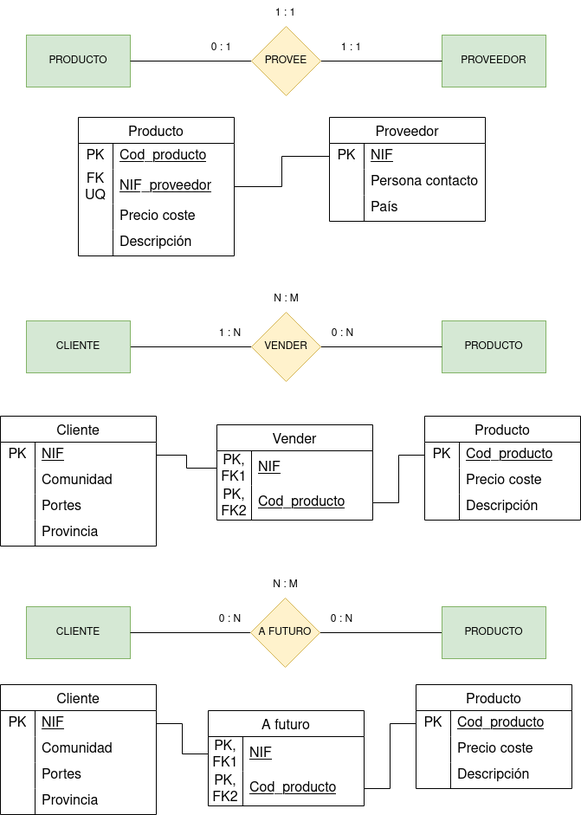
Before: Unidad-2/Modelo-MR/Entregables/entregable-1/images/entregable-1-MR.drawio.png, a diagram exported from draw.io (IsaiasTolP/Base-Datos). Source tidied: cells renumbered, new cells last; positions are measured from the earlier drawing's top-left corner, leaving out a move shared by most shapes.
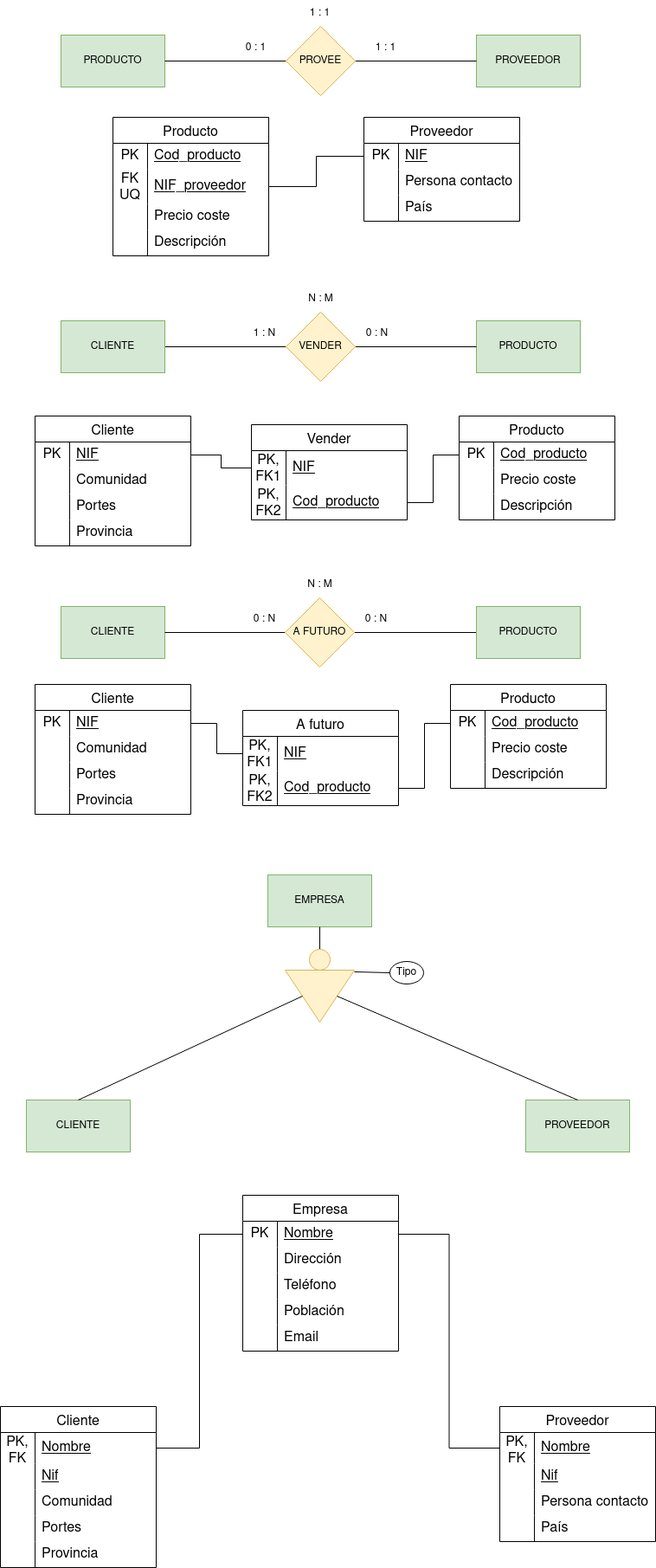
The same diagram one commit later.

What changed in the source:
```diff
@@ -338,5 +338,176 @@
     <mxCell id="113" style="edgeStyle=orthogonalEdgeStyle;rounded=0;jettySize=auto;html=1;exitX=0;exitY=0.5;exitDx=0;exitDy=0;entryX=1;entryY=0.5;entryDx=0;entryDy=0;endArrow=none;endFill=0;" parent="1" edge="1" source="95" target="109">
       <mxGeometry relative="1" as="geometry" />
     </mxCell>
+    <mxCell id="114" value="EMPRESA" style="rounded=0;whiteSpace=wrap;html=1;fillColor=#d5e8d4;strokeColor=#82b366;" parent="1" vertex="1">
+      <mxGeometry x="269" y="1010" width="120" height="60" as="geometry" />
+    </mxCell>
+    <mxCell id="115" style="triangle;whiteSpace=wrap;html=1;rotation=90;fillColor=#fff2cc;strokeColor=#d6b656;" parent="1" vertex="1">
+      <mxGeometry x="299" y="1110" width="60" height="80" as="geometry" />
+    </mxCell>
+    <mxCell id="116" style="edgeStyle=orthogonalEdgeStyle;rounded=0;jettySize=auto;html=1;exitX=0.5;exitY=0;exitDx=0;exitDy=0;entryX=0.5;entryY=1;entryDx=0;entryDy=0;endArrow=none;endFill=0;" parent="1" edge="1" source="117" target="114">
+      <mxGeometry relative="1" as="geometry" />
+    </mxCell>
+    <mxCell id="117" style="ellipse;whiteSpace=wrap;html=1;fillColor=#fff2cc;strokeColor=#d6b656;" parent="1" vertex="1">
+      <mxGeometry x="317" y="1096" width="24" height="24" as="geometry" />
+    </mxCell>
+    <mxCell id="118" value="PROVEEDOR" style="rounded=0;whiteSpace=wrap;html=1;fillColor=#d5e8d4;strokeColor=#82b366;" parent="1" vertex="1">
+      <mxGeometry x="567" y="1270" width="120" height="60" as="geometry" />
+    </mxCell>
+    <mxCell id="119" value="CLIENTE" style="rounded=0;whiteSpace=wrap;html=1;fillColor=#d5e8d4;strokeColor=#82b366;" parent="1" vertex="1">
+      <mxGeometry x="-10" y="1270" width="120" height="60" as="geometry" />
+    </mxCell>
+    <mxCell id="120" style="endArrow=none;html=1;rounded=0;entryX=0.5;entryY=0;entryDx=0;entryDy=0;exitX=0.5;exitY=0;exitDx=0;exitDy=0;" parent="1" edge="1" source="118" target="115">
+      <mxGeometry relative="1" as="geometry" />
+    </mxCell>
+    <mxCell id="121" style="endArrow=none;html=1;rounded=0;entryX=0.5;entryY=1;entryDx=0;entryDy=0;exitX=0.5;exitY=0;exitDx=0;exitDy=0;" parent="1" edge="1" source="119" target="115">
+      <mxGeometry relative="1" as="geometry" />
+    </mxCell>
+    <mxCell id="122" value="Tipo" style="ellipse;whiteSpace=wrap;html=1;" parent="1" vertex="1">
+      <mxGeometry x="410" y="1110" width="39" height="26" as="geometry" />
+    </mxCell>
+    <mxCell id="123" style="endArrow=none;html=1;rounded=0;entryX=0;entryY=0.5;entryDx=0;entryDy=0;exitX=0.033;exitY=0;exitDx=0;exitDy=0;exitPerimeter=0;" parent="1" edge="1" source="115" target="122">
+      <mxGeometry relative="1" as="geometry" />
+    </mxCell>
+    <mxCell id="124" value="Empresa" style="shape=table;startSize=30;rowLines=0;fontStyle=0;strokeColor=default;fontSize=16;" parent="1" vertex="1">
+      <mxGeometry x="240" y="1380" width="180" height="180" as="geometry" />
+    </mxCell>
+    <mxCell id="125" style="shape=tableRow;horizontal=0;startSize=0;swimlaneHead=0;swimlaneBody=0;top=0;left=0;bottom=0;right=0;fillColor=none;points=[[0,0.5],[1,0.5]];portConstraint=eastwest;strokeColor=inherit;fontSize=16;" parent="124" vertex="1">
+      <mxGeometry y="30" width="180" height="30" as="geometry" />
+    </mxCell>
+    <mxCell id="126" value="PK" style="shape=partialRectangle;html=1;whiteSpace=wrap;fillColor=none;top=0;left=0;bottom=0;right=0;overflow=hidden;strokeColor=inherit;fontSize=16;" parent="125" vertex="1">
+      <mxGeometry width="40" height="30" as="geometry" />
+    </mxCell>
+    <mxCell id="127" value="&lt;u&gt;Nombre&lt;/u&gt;" style="shape=partialRectangle;html=1;whiteSpace=wrap;fillColor=none;top=0;left=0;bottom=0;right=0;align=left;spacingLeft=6;overflow=hidden;strokeColor=inherit;fontSize=16;" parent="125" vertex="1">
+      <mxGeometry x="40" width="140" height="30" as="geometry" />
+    </mxCell>
+    <mxCell id="128" style="shape=tableRow;horizontal=0;startSize=0;swimlaneHead=0;swimlaneBody=0;top=0;left=0;bottom=0;right=0;fillColor=none;strokeColor=inherit;fontSize=16;" parent="124" vertex="1">
+      <mxGeometry y="60" width="180" height="30" as="geometry" />
+    </mxCell>
+    <mxCell id="129" style="shape=partialRectangle;html=1;whiteSpace=wrap;fillColor=none;top=0;left=0;bottom=0;right=0;overflow=hidden;strokeColor=inherit;fontSize=16;" parent="128" vertex="1">
+      <mxGeometry width="40" height="30" as="geometry" />
+    </mxCell>
+    <mxCell id="130" value="Dirección" style="shape=partialRectangle;html=1;whiteSpace=wrap;fillColor=none;top=0;left=0;bottom=0;right=0;align=left;spacingLeft=6;overflow=hidden;strokeColor=inherit;fontSize=16;" parent="128" vertex="1">
+      <mxGeometry x="40" width="140" height="30" as="geometry" />
+    </mxCell>
+    <mxCell id="131" style="shape=tableRow;horizontal=0;startSize=0;swimlaneHead=0;swimlaneBody=0;top=0;left=0;bottom=0;right=0;fillColor=none;strokeColor=inherit;fontSize=16;" parent="124" vertex="1">
+      <mxGeometry y="90" width="180" height="30" as="geometry" />
+    </mxCell>
+    <mxCell id="132" style="shape=partialRectangle;html=1;whiteSpace=wrap;fillColor=none;top=0;left=0;bottom=0;right=0;overflow=hidden;strokeColor=inherit;fontSize=16;" parent="131" vertex="1">
+      <mxGeometry width="40" height="30" as="geometry" />
+    </mxCell>
+    <mxCell id="133" value="Teléfono" style="shape=partialRectangle;html=1;whiteSpace=wrap;fillColor=none;top=0;left=0;bottom=0;right=0;align=left;spacingLeft=6;overflow=hidden;strokeColor=inherit;fontSize=16;" parent="131" vertex="1">
+      <mxGeometry x="40" width="140" height="30" as="geometry" />
+    </mxCell>
+    <mxCell id="134" style="shape=tableRow;horizontal=0;startSize=0;swimlaneHead=0;swimlaneBody=0;top=0;left=0;bottom=0;right=0;fillColor=none;strokeColor=inherit;fontSize=16;" parent="124" vertex="1">
+      <mxGeometry y="120" width="180" height="30" as="geometry" />
+    </mxCell>
+    <mxCell id="135" style="shape=partialRectangle;html=1;whiteSpace=wrap;fillColor=none;top=0;left=0;bottom=0;right=0;overflow=hidden;strokeColor=inherit;fontSize=16;" parent="134" vertex="1">
+      <mxGeometry width="40" height="30" as="geometry" />
+    </mxCell>
+    <mxCell id="136" value="Población" style="shape=partialRectangle;html=1;whiteSpace=wrap;fillColor=none;top=0;left=0;bottom=0;right=0;align=left;spacingLeft=6;overflow=hidden;strokeColor=inherit;fontSize=16;" parent="134" vertex="1">
+      <mxGeometry x="40" width="140" height="30" as="geometry" />
+    </mxCell>
+    <mxCell id="137" style="shape=tableRow;horizontal=0;startSize=0;swimlaneHead=0;swimlaneBody=0;top=0;left=0;bottom=0;right=0;fillColor=none;strokeColor=inherit;fontSize=16;" parent="124" vertex="1">
+      <mxGeometry y="150" width="180" height="30" as="geometry" />
+    </mxCell>
+    <mxCell id="138" style="shape=partialRectangle;html=1;whiteSpace=wrap;fillColor=none;top=0;left=0;bottom=0;right=0;overflow=hidden;strokeColor=inherit;fontSize=16;" parent="137" vertex="1">
+      <mxGeometry width="40" height="30" as="geometry" />
+    </mxCell>
+    <mxCell id="139" value="Email" style="shape=partialRectangle;html=1;whiteSpace=wrap;fillColor=none;top=0;left=0;bottom=0;right=0;align=left;spacingLeft=6;overflow=hidden;strokeColor=inherit;fontSize=16;" parent="137" vertex="1">
+      <mxGeometry x="40" width="140" height="30" as="geometry" />
+    </mxCell>
+    <mxCell id="140" value="Cliente" style="shape=table;startSize=30;rowLines=0;fontStyle=0;strokeColor=default;fontSize=16;" parent="1" vertex="1">
+      <mxGeometry x="-40" y="1624" width="180" height="186" as="geometry" />
+    </mxCell>
+    <mxCell id="141" style="shape=tableRow;horizontal=0;startSize=0;swimlaneHead=0;swimlaneBody=0;top=0;left=0;bottom=0;right=0;fillColor=none;points=[[0,0.5],[1,0.5]];portConstraint=eastwest;strokeColor=inherit;fontSize=16;" parent="140" vertex="1">
+      <mxGeometry y="30" width="180" height="36" as="geometry" />
+    </mxCell>
+    <mxCell id="142" value="PK, FK" style="shape=partialRectangle;html=1;whiteSpace=wrap;fillColor=none;top=0;left=0;bottom=0;right=0;overflow=hidden;strokeColor=inherit;fontSize=16;" parent="141" vertex="1">
+      <mxGeometry width="40" height="36" as="geometry" />
+    </mxCell>
+    <mxCell id="143" value="&lt;u&gt;Nombre&lt;/u&gt;" style="shape=partialRectangle;html=1;whiteSpace=wrap;fillColor=none;top=0;left=0;bottom=0;right=0;align=left;spacingLeft=6;overflow=hidden;strokeColor=inherit;fontSize=16;" parent="141" vertex="1">
+      <mxGeometry x="40" width="140" height="36" as="geometry" />
+    </mxCell>
+    <mxCell id="144" style="shape=tableRow;horizontal=0;startSize=0;swimlaneHead=0;swimlaneBody=0;top=0;left=0;bottom=0;right=0;fillColor=none;strokeColor=inherit;fontSize=16;" parent="140" vertex="1">
+      <mxGeometry y="66" width="180" height="30" as="geometry" />
+    </mxCell>
+    <mxCell id="145" style="shape=partialRectangle;html=1;whiteSpace=wrap;fillColor=none;top=0;left=0;bottom=0;right=0;overflow=hidden;strokeColor=inherit;fontSize=16;" parent="144" vertex="1">
+      <mxGeometry width="40" height="30" as="geometry" />
+    </mxCell>
+    <mxCell id="146" value="&lt;u&gt;Nif&lt;/u&gt;" style="shape=partialRectangle;html=1;whiteSpace=wrap;fillColor=none;top=0;left=0;bottom=0;right=0;align=left;spacingLeft=6;overflow=hidden;strokeColor=inherit;fontSize=16;" parent="144" vertex="1">
+      <mxGeometry x="40" width="140" height="30" as="geometry" />
+    </mxCell>
+    <mxCell id="147" style="shape=tableRow;horizontal=0;startSize=0;swimlaneHead=0;swimlaneBody=0;top=0;left=0;bottom=0;right=0;fillColor=none;strokeColor=inherit;fontSize=16;" parent="140" vertex="1">
+      <mxGeometry y="96" width="180" height="30" as="geometry" />
+    </mxCell>
+    <mxCell id="148" style="shape=partialRectangle;html=1;whiteSpace=wrap;fillColor=none;top=0;left=0;bottom=0;right=0;overflow=hidden;strokeColor=inherit;fontSize=16;" parent="147" vertex="1">
+      <mxGeometry width="40" height="30" as="geometry" />
+    </mxCell>
+    <mxCell id="149" value="Comunidad" style="shape=partialRectangle;html=1;whiteSpace=wrap;fillColor=none;top=0;left=0;bottom=0;right=0;align=left;spacingLeft=6;overflow=hidden;strokeColor=inherit;fontSize=16;" parent="147" vertex="1">
+      <mxGeometry x="40" width="140" height="30" as="geometry" />
+    </mxCell>
+    <mxCell id="150" style="shape=tableRow;horizontal=0;startSize=0;swimlaneHead=0;swimlaneBody=0;top=0;left=0;bottom=0;right=0;fillColor=none;strokeColor=inherit;fontSize=16;" parent="140" vertex="1">
+      <mxGeometry y="126" width="180" height="30" as="geometry" />
+    </mxCell>
+    <mxCell id="151" style="shape=partialRectangle;html=1;whiteSpace=wrap;fillColor=none;top=0;left=0;bottom=0;right=0;overflow=hidden;strokeColor=inherit;fontSize=16;" parent="150" vertex="1">
+      <mxGeometry width="40" height="30" as="geometry" />
+    </mxCell>
+    <mxCell id="152" value="Portes" style="shape=partialRectangle;html=1;whiteSpace=wrap;fillColor=none;top=0;left=0;bottom=0;right=0;align=left;spacingLeft=6;overflow=hidden;strokeColor=inherit;fontSize=16;" parent="150" vertex="1">
+      <mxGeometry x="40" width="140" height="30" as="geometry" />
+    </mxCell>
+    <mxCell id="153" style="shape=tableRow;horizontal=0;startSize=0;swimlaneHead=0;swimlaneBody=0;top=0;left=0;bottom=0;right=0;fillColor=none;strokeColor=inherit;fontSize=16;" parent="140" vertex="1">
+      <mxGeometry y="156" width="180" height="30" as="geometry" />
+    </mxCell>
+    <mxCell id="154" style="shape=partialRectangle;html=1;whiteSpace=wrap;fillColor=none;top=0;left=0;bottom=0;right=0;overflow=hidden;strokeColor=inherit;fontSize=16;" parent="153" vertex="1">
+      <mxGeometry width="40" height="30" as="geometry" />
+    </mxCell>
+    <mxCell id="155" value="Provincia" style="shape=partialRectangle;html=1;whiteSpace=wrap;fillColor=none;top=0;left=0;bottom=0;right=0;align=left;spacingLeft=6;overflow=hidden;strokeColor=inherit;fontSize=16;" parent="153" vertex="1">
+      <mxGeometry x="40" width="140" height="30" as="geometry" />
+    </mxCell>
+    <mxCell id="156" value="Proveedor" style="shape=table;startSize=30;rowLines=0;fontStyle=0;strokeColor=default;fontSize=16;" parent="1" vertex="1">
+      <mxGeometry x="537" y="1624" width="180" height="156" as="geometry" />
+    </mxCell>
+    <mxCell id="157" style="shape=tableRow;horizontal=0;startSize=0;swimlaneHead=0;swimlaneBody=0;top=0;left=0;bottom=0;right=0;fillColor=none;points=[[0,0.5],[1,0.5]];portConstraint=eastwest;strokeColor=inherit;fontSize=16;" parent="156" vertex="1">
+      <mxGeometry y="30" width="180" height="36" as="geometry" />
+    </mxCell>
+    <mxCell id="158" value="PK, FK" style="shape=partialRectangle;html=1;whiteSpace=wrap;fillColor=none;top=0;left=0;bottom=0;right=0;overflow=hidden;strokeColor=inherit;fontSize=16;" parent="157" vertex="1">
+      <mxGeometry width="40" height="36" as="geometry" />
+    </mxCell>
+    <mxCell id="159" value="&lt;u&gt;Nombre&lt;/u&gt;" style="shape=partialRectangle;html=1;whiteSpace=wrap;fillColor=none;top=0;left=0;bottom=0;right=0;align=left;spacingLeft=6;overflow=hidden;strokeColor=inherit;fontSize=16;" parent="157" vertex="1">
+      <mxGeometry x="40" width="140" height="36" as="geometry" />
+    </mxCell>
+    <mxCell id="160" style="shape=tableRow;horizontal=0;startSize=0;swimlaneHead=0;swimlaneBody=0;top=0;left=0;bottom=0;right=0;fillColor=none;strokeColor=inherit;fontSize=16;" parent="156" vertex="1">
+      <mxGeometry y="66" width="180" height="30" as="geometry" />
+    </mxCell>
+    <mxCell id="161" style="shape=partialRectangle;html=1;whiteSpace=wrap;fillColor=none;top=0;left=0;bottom=0;right=0;overflow=hidden;strokeColor=inherit;fontSize=16;" parent="160" vertex="1">
+      <mxGeometry width="40" height="30" as="geometry" />
+    </mxCell>
+    <mxCell id="162" value="Nif" style="shape=partialRectangle;html=1;whiteSpace=wrap;fillColor=none;top=0;left=0;bottom=0;right=0;align=left;spacingLeft=6;overflow=hidden;strokeColor=inherit;fontSize=16;fontStyle=4;" parent="160" vertex="1">
+      <mxGeometry x="40" width="140" height="30" as="geometry" />
+    </mxCell>
+    <mxCell id="163" style="shape=tableRow;horizontal=0;startSize=0;swimlaneHead=0;swimlaneBody=0;top=0;left=0;bottom=0;right=0;fillColor=none;strokeColor=inherit;fontSize=16;" parent="156" vertex="1">
+      <mxGeometry y="96" width="180" height="30" as="geometry" />
+    </mxCell>
+    <mxCell id="164" style="shape=partialRectangle;html=1;whiteSpace=wrap;fillColor=none;top=0;left=0;bottom=0;right=0;overflow=hidden;strokeColor=inherit;fontSize=16;" parent="163" vertex="1">
+      <mxGeometry width="40" height="30" as="geometry" />
+    </mxCell>
+    <mxCell id="165" value="Persona contacto" style="shape=partialRectangle;html=1;whiteSpace=wrap;fillColor=none;top=0;left=0;bottom=0;right=0;align=left;spacingLeft=6;overflow=hidden;strokeColor=inherit;fontSize=16;" parent="163" vertex="1">
+      <mxGeometry x="40" width="140" height="30" as="geometry" />
+    </mxCell>
+    <mxCell id="166" style="shape=tableRow;horizontal=0;startSize=0;swimlaneHead=0;swimlaneBody=0;top=0;left=0;bottom=0;right=0;fillColor=none;strokeColor=inherit;fontSize=16;" parent="156" vertex="1">
+      <mxGeometry y="126" width="180" height="30" as="geometry" />
+    </mxCell>
+    <mxCell id="167" style="shape=partialRectangle;html=1;whiteSpace=wrap;fillColor=none;top=0;left=0;bottom=0;right=0;overflow=hidden;strokeColor=inherit;fontSize=16;" parent="166" vertex="1">
+      <mxGeometry width="40" height="30" as="geometry" />
+    </mxCell>
+    <mxCell id="168" value="País" style="shape=partialRectangle;html=1;whiteSpace=wrap;fillColor=none;top=0;left=0;bottom=0;right=0;align=left;spacingLeft=6;overflow=hidden;strokeColor=inherit;fontSize=16;" parent="166" vertex="1">
+      <mxGeometry x="40" width="140" height="30" as="geometry" />
+    </mxCell>
+    <mxCell id="169" style="edgeStyle=orthogonalEdgeStyle;rounded=0;jettySize=auto;html=1;exitX=0;exitY=0.5;exitDx=0;exitDy=0;entryX=1;entryY=0.5;entryDx=0;entryDy=0;endArrow=none;endFill=0;" parent="1" edge="1" source="125" target="141">
+      <mxGeometry relative="1" as="geometry" />
+    </mxCell>
+    <mxCell id="170" style="edgeStyle=orthogonalEdgeStyle;rounded=0;jettySize=auto;html=1;exitX=1;exitY=0.5;exitDx=0;exitDy=0;entryX=0;entryY=0.5;entryDx=0;entryDy=0;endArrow=none;endFill=0;" parent="1" edge="1" source="125" target="157">
+      <mxGeometry relative="1" as="geometry" />
+    </mxCell>
   </root>
 </mxGraphModel>
```
